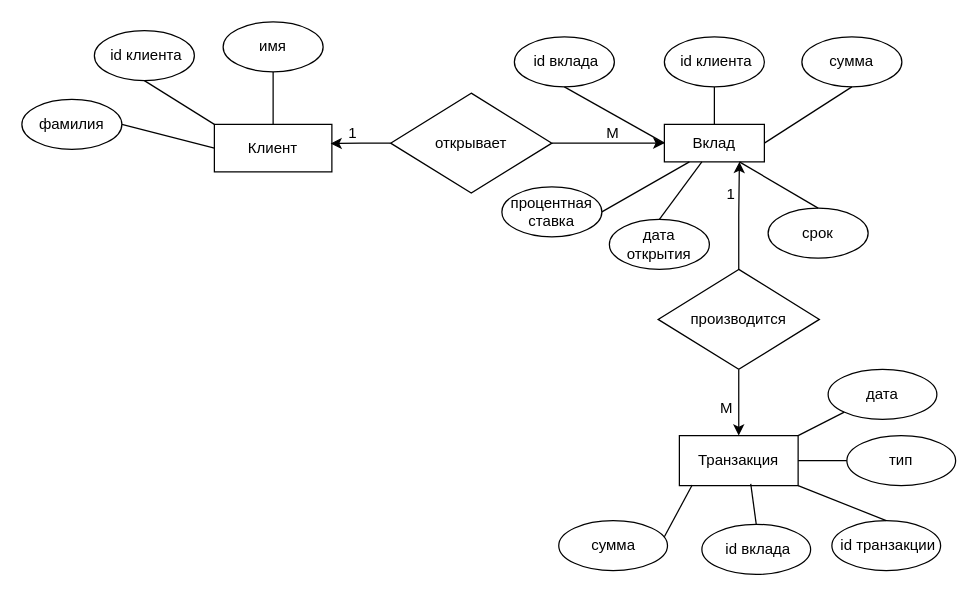
Earlier version of the draw.io diagram lab1.drawio (OlegWhiteRose/Architectures-for-highload). Source tidied: cells renumbered, new cells numbered last; positions are measured from the earlier drawing's top-left corner, leaving out a move shared by most shapes. Both pictures are drawn from the tidied source at 125%, with x=0, y=0 at pixel (21, 21).
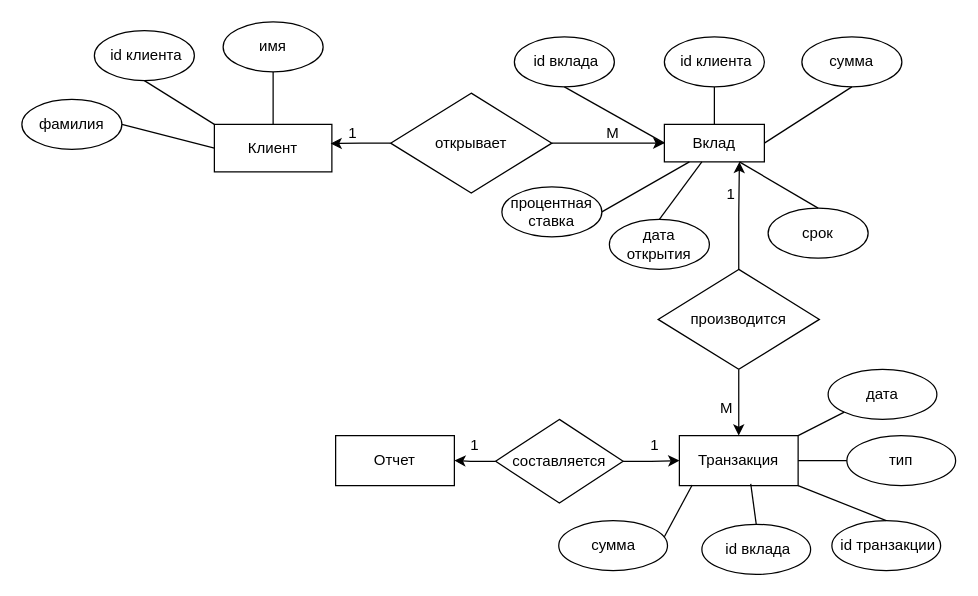
The same diagram, later.

The change refers to these unchanged cells:
```xml
<mxCell id="31" value="Транзакция" style="rounded=0;whiteSpace=wrap;html=1;" parent="1" vertex="1">
  <mxGeometry x="526" y="331" width="95" height="40" as="geometry" />
</mxCell>
```

Change to the diagram source:
```diff
@@
+    <mxCell id="43" value="Отчет" style="rounded=0;whiteSpace=wrap;html=1;" parent="1" vertex="1">
+      <mxGeometry x="251" y="331" width="95" height="40" as="geometry" />
+    </mxCell>
+    <mxCell id="44" style="edgeStyle=orthogonalEdgeStyle;rounded=0;jettySize=auto;html=1;entryX=0;entryY=0.5;entryDx=0;entryDy=0;" parent="1" edge="1" source="46" target="31">
+      <mxGeometry relative="1" as="geometry" />
+    </mxCell>
+    <mxCell id="45" style="edgeStyle=orthogonalEdgeStyle;rounded=0;jettySize=auto;html=1;entryX=1;entryY=0.5;entryDx=0;entryDy=0;" parent="1" edge="1" source="46" target="43">
+      <mxGeometry relative="1" as="geometry" />
+    </mxCell>
+    <mxCell id="46" value="составляется" style="rhombus;whiteSpace=wrap;html=1;" parent="1" vertex="1">
+      <mxGeometry x="379" y="318" width="102" height="67" as="geometry" />
+    </mxCell>
+    <mxCell id="47" value="1" style="text;html=1;align=center;verticalAlign=middle;whiteSpace=wrap;rounded=0;" parent="1" vertex="1">
+      <mxGeometry x="352" y="324" width="21" height="30" as="geometry" />
+    </mxCell>
+    <mxCell id="48" value="1" style="text;html=1;align=center;verticalAlign=middle;whiteSpace=wrap;rounded=0;" parent="1" vertex="1">
+      <mxGeometry x="495.5" y="324" width="21" height="30" as="geometry" />
+    </mxCell>
```
